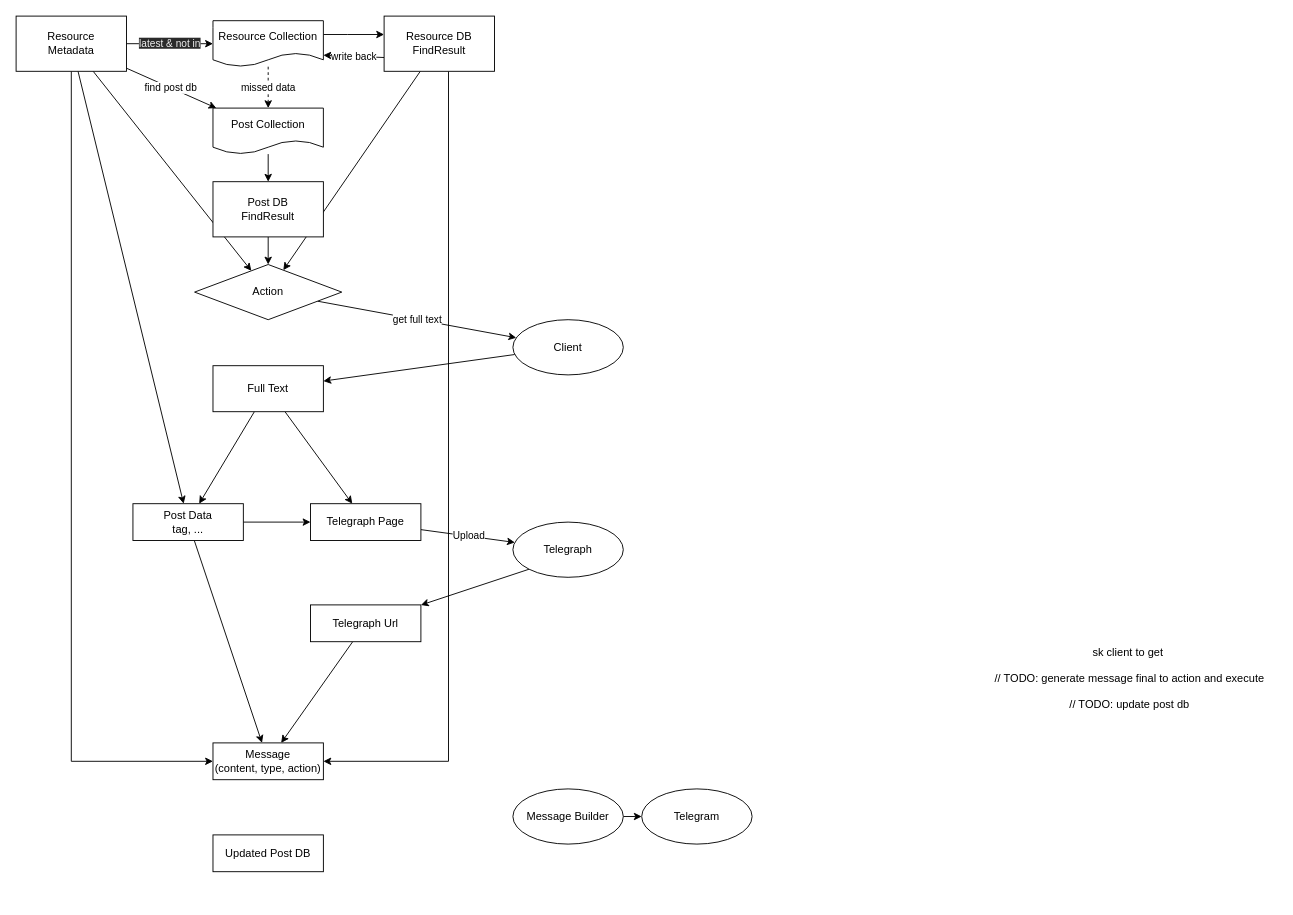
This is page "ページ2" (2 of 2) of structure.drawio from KiruyaMomochi/priconne-bot-rs, a draw.io file, before an edit. Source tidied: cells renumbered, new cells numbered last; positions are measured from the earlier drawing's top-left corner, leaving out a move shared by most shapes. Both pictures are drawn from the tidied source at 92%, with x=0, y=0 at pixel (16, 16).
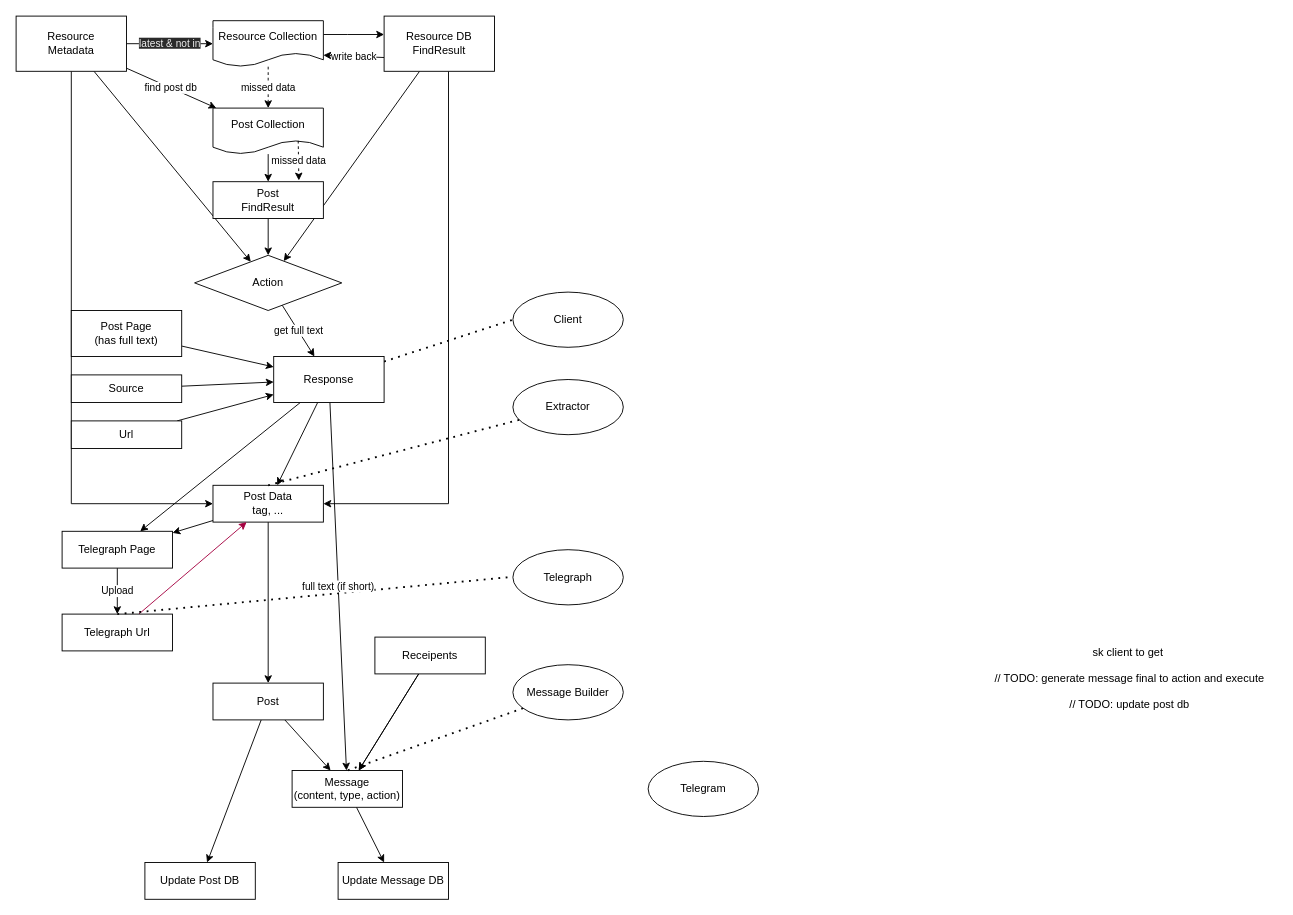
The same diagram, later.

The change refers to these unchanged cells:
```xml
<mxCell id="7" value="Resource&lt;br&gt;Metadata" style="rounded=0;whiteSpace=wrap;html=1;" parent="1" vertex="1">
  <mxGeometry width="120" height="60" as="geometry" />
</mxCell>
<mxCell id="11" value="Resource DB&lt;br&gt;FindResult" style="rounded=0;whiteSpace=wrap;html=1;" parent="1" vertex="1">
  <mxGeometry x="400" width="120" height="60" as="geometry" />
</mxCell>
<mxCell id="39" value="Post Collection" style="shape=document;whiteSpace=wrap;html=1;boundedLbl=1;" parent="1" vertex="1">
  <mxGeometry x="214" y="100" width="120" height="50" as="geometry" />
</mxCell>
```

Change to the diagram source:
```diff
@@
-    <mxCell id="4" style="edgeStyle=elbowEdgeStyle;rounded=0;jettySize=auto;html=1;endArrow=classic;endFill=1;" parent="1" edge="1" source="7" target="23">
+    <mxCell id="4" style="edgeStyle=elbowEdgeStyle;rounded=0;jettySize=auto;html=1;endArrow=classic;endFill=1;" parent="1" edge="1" source="7" target="22">
       <mxGeometry relative="1" as="geometry">
         <Array as="points">
           <mxPoint x="60" y="440" />
           <mxPoint x="70" y="440" />
         </Array>
       </mxGeometry>
     </mxCell>
-    <mxCell id="5" style="rounded=0;jettySize=auto;html=1;elbow=vertical;" parent="1" edge="1" source="7" target="22">
-      <mxGeometry relative="1" as="geometry" />
-    </mxCell>
@@
-    <mxCell id="9" style="edgeStyle=elbowEdgeStyle;rounded=0;jettySize=auto;html=1;endArrow=classic;endFill=1;" parent="1" edge="1" source="11" target="23">
+    <mxCell id="9" style="edgeStyle=elbowEdgeStyle;rounded=0;jettySize=auto;html=1;endArrow=classic;endFill=1;" parent="1" edge="1" source="11" target="22">
       <mxGeometry relative="1" as="geometry">
         <Array as="points">
           <mxPoint x="470" y="420" />
         </Array>
       </mxGeometry>
     </mxCell>
@@
-    <mxCell id="13" value="Post DB&lt;br&gt;FindResult" style="rounded=0;whiteSpace=wrap;html=1;" parent="1" vertex="1">
-      <mxGeometry x="214" y="180" width="120" height="60" as="geometry" />
+    <mxCell id="13" value="Post&lt;br&gt;FindResult" style="rounded=0;whiteSpace=wrap;html=1;" parent="1" vertex="1">
+      <mxGeometry x="214" y="180" width="120" height="40" as="geometry" />
     </mxCell>
-    <mxCell id="14" value="get full text" style="edgeStyle=none;rounded=0;jettySize=auto;html=1;endArrow=classic;endFill=1;" parent="1" edge="1" source="15" target="30">
+    <mxCell id="14" value="get full text" style="edgeStyle=none;rounded=0;jettySize=auto;html=1;endArrow=classic;endFill=1;" parent="1" edge="1" source="15" target="56">
       <mxGeometry relative="1" as="geometry" />
     </mxCell>
     <mxCell id="15" value="Action" style="rhombus;whiteSpace=wrap;html=1;" parent="1" vertex="1">
-      <mxGeometry x="194" y="270" width="160" height="60" as="geometry" />
+      <mxGeometry x="194" y="260" width="160" height="60" as="geometry" />
     </mxCell>
-    <mxCell id="16" style="rounded=0;jettySize=auto;html=1;endArrow=classic;endFill=1;elbow=vertical;" parent="1" edge="1" source="19" target="22">
+    <mxCell id="16" style="rounded=0;jettySize=auto;html=1;endArrow=classic;endFill=1;elbow=vertical;" parent="1" edge="1" source="56" target="22">
       <mxGeometry relative="1" as="geometry" />
     </mxCell>
-    <mxCell id="17" value="Upload" style="rounded=0;jettySize=auto;html=1;endArrow=classic;endFill=1;" parent="1" edge="1" source="32" target="27">
+    <mxCell id="17" value="Upload" style="rounded=0;jettySize=auto;html=1;endArrow=classic;endFill=1;" parent="1" edge="1" source="32" target="25">
       <mxGeometry relative="1" as="geometry" />
     </mxCell>
-    <mxCell id="18" style="edgeStyle=none;rounded=0;jettySize=auto;html=1;endArrow=classic;endFill=1;" parent="1" edge="1" source="19" target="32">
+    <mxCell id="18" style="edgeStyle=none;rounded=0;jettySize=auto;html=1;endArrow=classic;endFill=1;" parent="1" edge="1" source="56" target="32">
       <mxGeometry relative="1" as="geometry" />
     </mxCell>
+    <mxCell id="41" style="edgeStyle=none;rounded=0;jettySize=auto;html=1;endArrow=classic;endFill=1;" parent="1" edge="1" source="19" target="56">
+      <mxGeometry relative="1" as="geometry" />
+    </mxCell>
-    <mxCell id="19" value="Full Text" style="rounded=0;whiteSpace=wrap;html=1;" parent="1" vertex="1">
-      <mxGeometry x="214" y="380" width="120" height="50" as="geometry" />
+    <mxCell id="19" value="Post Page&lt;br&gt;(has full text)" style="rounded=0;whiteSpace=wrap;html=1;" parent="1" vertex="1">
+      <mxGeometry x="60" y="320" width="120" height="50" as="geometry" />
     </mxCell>
@@
-    <mxCell id="21" style="edgeStyle=none;rounded=0;jettySize=auto;html=1;elbow=vertical;" parent="1" edge="1" source="22" target="23">
+    <mxCell id="21" style="edgeStyle=none;rounded=0;jettySize=auto;html=1;elbow=vertical;" parent="1" edge="1" source="22" target="49">
       <mxGeometry relative="1" as="geometry" />
     </mxCell>
     <mxCell id="22" value="Post Data&lt;br&gt;tag, ..." style="rounded=0;whiteSpace=wrap;html=1;" parent="1" vertex="1">
-      <mxGeometry x="127" y="530" width="120" height="40" as="geometry" />
+      <mxGeometry x="214" y="510" width="120" height="40" as="geometry" />
     </mxCell>
+    <mxCell id="42" style="edgeStyle=none;rounded=0;jettySize=auto;html=1;" parent="1" edge="1" source="23" target="50">
+      <mxGeometry relative="1" as="geometry" />
+    </mxCell>
     <mxCell id="23" value="Message&lt;br&gt;(content, type, action)" style="rounded=0;whiteSpace=wrap;html=1;" parent="1" vertex="1">
-      <mxGeometry x="214" y="790" width="120" height="40" as="geometry" />
+      <mxGeometry x="300" y="820" width="120" height="40" as="geometry" />
     </mxCell>
-    <mxCell id="24" style="edgeStyle=none;rounded=0;jettySize=auto;html=1;elbow=vertical;" parent="1" edge="1" source="25" target="23">
+    <mxCell id="24" style="edgeStyle=none;rounded=0;jettySize=auto;html=1;elbow=vertical;fillColor=#d80073;strokeColor=#A50040;" parent="1" edge="1" source="25" target="22">
       <mxGeometry relative="1" as="geometry" />
     </mxCell>
     <mxCell id="25" value="Telegraph Url" style="rounded=0;whiteSpace=wrap;html=1;" parent="1" vertex="1">
-      <mxGeometry x="320" y="640" width="120" height="40" as="geometry" />
+      <mxGeometry x="50" y="650" width="120" height="40" as="geometry" />
     </mxCell>
-    <mxCell id="26" style="edgeStyle=none;rounded=0;jettySize=auto;html=1;exitX=0;exitY=1;exitDx=0;exitDy=0;endArrow=classic;endFill=1;" parent="1" edge="1" source="27" target="25">
-      <mxGeometry relative="1" as="geometry" />
-    </mxCell>
     <mxCell id="27" value="Telegraph" style="ellipse;whiteSpace=wrap;html=1;" parent="1" vertex="1">
-      <mxGeometry x="540" y="550" width="120" height="60" as="geometry" />
+      <mxGeometry x="540" y="580" width="120" height="60" as="geometry" />
     </mxCell>
     <mxCell id="28" value="Telegram" style="ellipse;whiteSpace=wrap;html=1;" parent="1" vertex="1">
-      <mxGeometry x="680" y="840" width="120" height="60" as="geometry" />
+      <mxGeometry x="687" y="810" width="120" height="60" as="geometry" />
     </mxCell>
-    <mxCell id="29" style="edgeStyle=none;rounded=0;jettySize=auto;html=1;endArrow=classic;endFill=1;" parent="1" edge="1" source="30" target="19">
-      <mxGeometry relative="1" as="geometry" />
-    </mxCell>
     <mxCell id="30" value="Client" style="ellipse;whiteSpace=wrap;html=1;" parent="1" vertex="1">
-      <mxGeometry x="540" y="330" width="120" height="60" as="geometry" />
+      <mxGeometry x="540" y="300" width="120" height="60" as="geometry" />
     </mxCell>
-    <mxCell id="31" value="Updated Post DB" style="rounded=0;whiteSpace=wrap;html=1;" parent="1" vertex="1">
-      <mxGeometry x="214" y="890" width="120" height="40" as="geometry" />
+    <mxCell id="31" value="Update Post DB" style="rounded=0;whiteSpace=wrap;html=1;" parent="1" vertex="1">
+      <mxGeometry x="140" y="920" width="120" height="40" as="geometry" />
     </mxCell>
     <mxCell id="32" value="Telegraph Page" style="rounded=0;whiteSpace=wrap;html=1;" parent="1" vertex="1">
-      <mxGeometry x="320" y="530" width="120" height="40" as="geometry" />
+      <mxGeometry x="50" y="560" width="120" height="40" as="geometry" />
     </mxCell>
-    <mxCell id="33" style="edgeStyle=none;rounded=0;jettySize=auto;html=1;elbow=vertical;" parent="1" edge="1" source="34" target="28">
-      <mxGeometry relative="1" as="geometry" />
-    </mxCell>
     <mxCell id="34" value="Message Builder" style="ellipse;whiteSpace=wrap;html=1;" parent="1" vertex="1">
-      <mxGeometry x="540" y="840" width="120" height="60" as="geometry" />
+      <mxGeometry x="540" y="705" width="120" height="60" as="geometry" />
     </mxCell>
@@
+    <mxCell id="43" value="Extractor" style="ellipse;whiteSpace=wrap;html=1;" parent="1" vertex="1">
+      <mxGeometry x="540" y="395" width="120" height="60" as="geometry" />
+    </mxCell>
+    <mxCell id="44" style="endArrow=none;dashed=1;html=1;dashPattern=1 3;strokeWidth=2;rounded=0;entryX=0;entryY=0.5;entryDx=0;entryDy=0;" parent="1" edge="1" source="56" target="30">
+      <mxGeometry relative="1" as="geometry" />
+    </mxCell>
+    <mxCell id="45" style="endArrow=none;dashed=1;html=1;dashPattern=1 3;strokeWidth=2;rounded=0;entryX=-0.034;entryY=0.498;entryDx=0;entryDy=0;exitX=0.5;exitY=0;exitDx=0;exitDy=0;entryPerimeter=0;" parent="1" edge="1" source="25" target="27">
+      <mxGeometry relative="1" as="geometry" />
+    </mxCell>
+    <mxCell id="46" style="endArrow=none;dashed=1;html=1;dashPattern=1 3;strokeWidth=2;rounded=0;entryX=0.5;entryY=0;entryDx=0;entryDy=0;" parent="1" edge="1" source="43" target="22">
+      <mxGeometry relative="1" as="geometry" />
+    </mxCell>
+    <mxCell id="47" style="edgeStyle=none;rounded=0;jettySize=auto;html=1;" parent="1" edge="1" source="49" target="23">
+      <mxGeometry relative="1" as="geometry" />
+    </mxCell>
+    <mxCell id="48" style="edgeStyle=none;rounded=0;jettySize=auto;html=1;" parent="1" edge="1" source="49" target="31">
+      <mxGeometry relative="1" as="geometry" />
+    </mxCell>
+    <mxCell id="49" value="Post" style="rounded=0;whiteSpace=wrap;html=1;" parent="1" vertex="1">
+      <mxGeometry x="214" y="725" width="120" height="40" as="geometry" />
+    </mxCell>
+    <mxCell id="50" value="Update Message DB" style="rounded=0;whiteSpace=wrap;html=1;" parent="1" vertex="1">
+      <mxGeometry x="350" y="920" width="120" height="40" as="geometry" />
+    </mxCell>
+    <mxCell id="51" style="edgeStyle=none;rounded=0;jettySize=auto;html=1;endArrow=classic;endFill=1;" parent="1" edge="1" source="52" target="56">
+      <mxGeometry relative="1" as="geometry" />
+    </mxCell>
+    <mxCell id="52" value="Source" style="rounded=0;whiteSpace=wrap;html=1;" parent="1" vertex="1">
+      <mxGeometry x="60" y="390" width="120" height="30" as="geometry" />
+    </mxCell>
+    <mxCell id="53" style="edgeStyle=none;rounded=0;jettySize=auto;html=1;endArrow=classic;endFill=1;" parent="1" edge="1" source="54" target="56">
+      <mxGeometry relative="1" as="geometry" />
+    </mxCell>
+    <mxCell id="54" value="Url" style="rounded=0;whiteSpace=wrap;html=1;" parent="1" vertex="1">
+      <mxGeometry x="60" y="440" width="120" height="30" as="geometry" />
+    </mxCell>
+    <mxCell id="55" value="full text (if short)" style="rounded=0;jettySize=auto;html=1;" parent="1" edge="1" source="56" target="23">
+      <mxGeometry relative="1" as="geometry" />
+    </mxCell>
+    <mxCell id="56" value="Response" style="rounded=0;whiteSpace=wrap;html=1;" parent="1" vertex="1">
+      <mxGeometry x="280" y="370" width="120" height="50" as="geometry" />
+    </mxCell>
+    <mxCell id="57" value="missed data" style="edgeStyle=none;rounded=0;jettySize=auto;html=1;elbow=vertical;dashed=1;exitX=0.772;exitY=0.71;exitDx=0;exitDy=0;exitPerimeter=0;entryX=0.778;entryY=-0.034;entryDx=0;entryDy=0;entryPerimeter=0;" parent="1" edge="1" source="39" target="13">
+      <mxGeometry relative="1" as="geometry" />
+    </mxCell>
+    <mxCell id="58" style="edgeStyle=none;rounded=0;jettySize=auto;html=1;" parent="1" edge="1" source="60" target="23">
+      <mxGeometry relative="1" as="geometry" />
+    </mxCell>
+    <mxCell id="59" style="edgeStyle=none;rounded=0;jettySize=auto;html=1;" parent="1" edge="1" source="60" target="23">
+      <mxGeometry relative="1" as="geometry" />
+    </mxCell>
+    <mxCell id="60" value="Receipents" style="rounded=0;whiteSpace=wrap;html=1;" parent="1" vertex="1">
+      <mxGeometry x="390" y="675" width="120" height="40" as="geometry" />
+    </mxCell>
+    <mxCell id="61" style="endArrow=none;dashed=1;html=1;dashPattern=1 3;strokeWidth=2;rounded=0;" parent="1" edge="1" source="34">
+      <mxGeometry relative="1" as="geometry">
+        <mxPoint x="360" y="820" as="targetPoint" />
+      </mxGeometry>
+    </mxCell>
```
